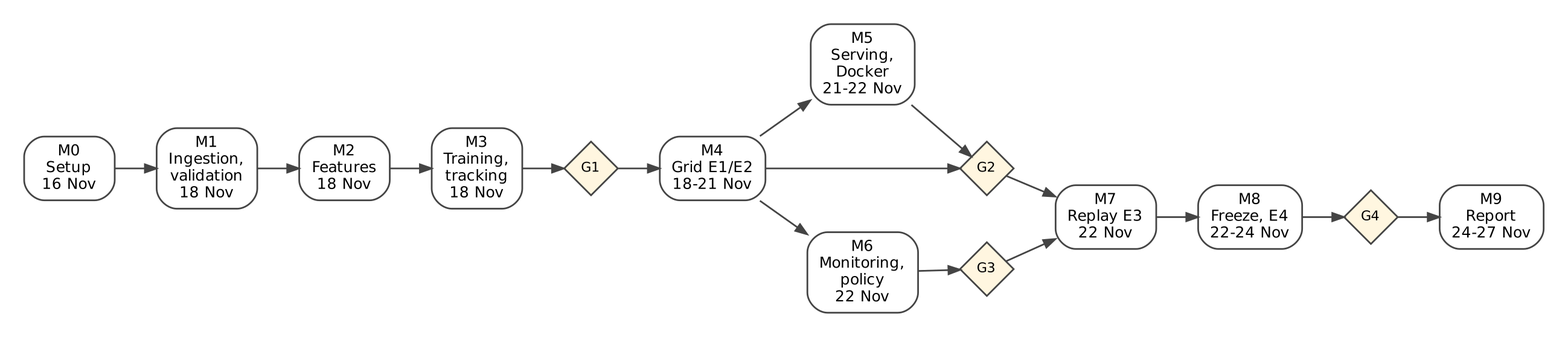
The Graphviz diagram report/figures/fig4_network.png in amircharvadari/flight-delay-mlops, before a commit. Its source is kept beside it as report/figures/fig4_network.dot. The source it was exported from:
```dot
digraph G {
  graph [rankdir=LR, fontname="DejaVu Sans", nodesep=0.35, ranksep=0.35, pad=0.2];
  node  [shape=box, style="rounded,filled", fillcolor="#FFFFFF", color="#444444", fontname="DejaVu Sans", fontsize=9, margin="0.1,0.05"];
  edge  [color="#444444", arrowsize=0.7, fontname="DejaVu Sans", fontsize=8];
  M0 [label="M0\nSetup\n16 Nov"]; M1 [label="M1\nIngestion,\nvalidation\n18 Nov"]; M2 [label="M2\nFeatures\n18 Nov"];
  M3 [label="M3\nTraining,\ntracking\n18 Nov"]; M4 [label="M4\nGrid E1/E2\n18-21 Nov"];
  M5 [label="M5\nServing,\nDocker\n21-22 Nov"]; M6 [label="M6\nMonitoring,\npolicy\n22 Nov"];
  M7 [label="M7\nReplay E3\n22 Nov"]; M8 [label="M8\nFreeze, E4\n22-24 Nov"]; M9 [label="M9\nReport\n24-27 Nov"];
  node [shape=diamond, style=filled, fillcolor="#FFF6E0", fontsize=8, width=0.45, height=0.45, margin=0];
  G1; G2; G3; G4;
  M0 -> M1 -> M2 -> M3 -> G1 -> M4;
  M4 -> M5; M4 -> M6;
  M4 -> G2; M5 -> G2;
  M6 -> G3;
  G2 -> M7; G3 -> M7;
  M7 -> M8 -> G4 -> M9;
}
```
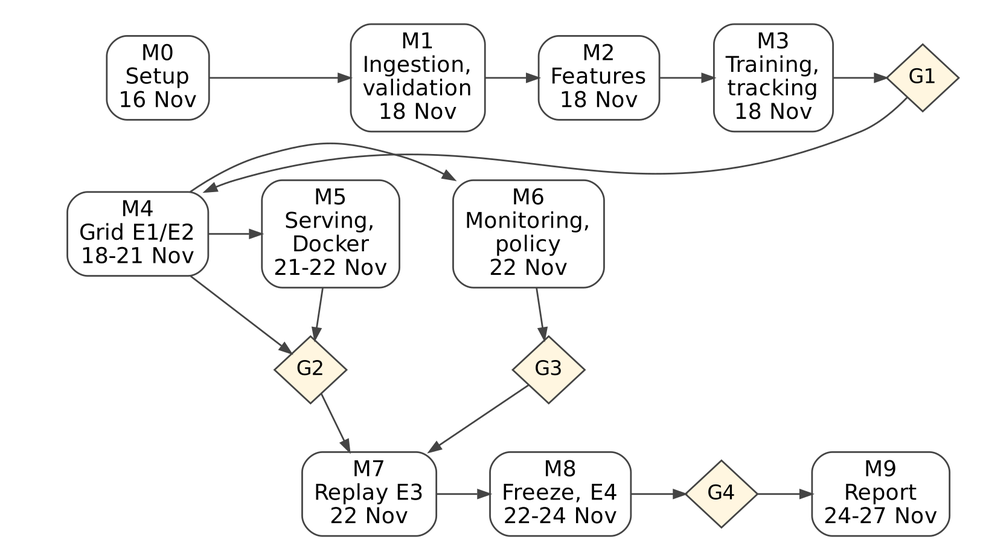
After the commit.

Diff of the diagram source:
```diff
@@ -1,12 +1,12 @@
 digraph G {
-  graph [rankdir=LR, fontname="DejaVu Sans", nodesep=0.35, ranksep=0.35, pad=0.2];
-  node  [shape=box, style="rounded,filled", fillcolor="#FFFFFF", color="#444444", fontname="DejaVu Sans", fontsize=9, margin="0.1,0.05"];
+  graph [rankdir=TB, fontname="DejaVu Sans", nodesep=0.45, ranksep=0.4, pad=0.2];
+  node  [shape=box, style="rounded,filled", fillcolor="#FFFFFF", color="#444444", fontname="DejaVu Sans", fontsize=13, margin="0.1,0.05"];
   edge  [color="#444444", arrowsize=0.7, fontname="DejaVu Sans", fontsize=8];
   M0 [label="M0\nSetup\n16 Nov"]; M1 [label="M1\nIngestion,\nvalidation\n18 Nov"]; M2 [label="M2\nFeatures\n18 Nov"];
   M3 [label="M3\nTraining,\ntracking\n18 Nov"]; M4 [label="M4\nGrid E1/E2\n18-21 Nov"];
   M5 [label="M5\nServing,\nDocker\n21-22 Nov"]; M6 [label="M6\nMonitoring,\npolicy\n22 Nov"];
   M7 [label="M7\nReplay E3\n22 Nov"]; M8 [label="M8\nFreeze, E4\n22-24 Nov"]; M9 [label="M9\nReport\n24-27 Nov"];
-  node [shape=diamond, style=filled, fillcolor="#FFF6E0", fontsize=8, width=0.45, height=0.45, margin=0];
+  node [shape=diamond, style=filled, fillcolor="#FFF6E0", fontsize=12, width=0.6, height=0.55, margin=0];
   G1; G2; G3; G4;
   M0 -> M1 -> M2 -> M3 -> G1 -> M4;
   M4 -> M5; M4 -> M6;
@@ -14,4 +14,10 @@
   M6 -> G3;
   G2 -> M7; G3 -> M7;
   M7 -> M8 -> G4 -> M9;
+  {rank=same; M0; M1; M2; M3; G1;}
+  {rank=same; M6; M4; M5;}
+  {rank=same; G3; G2;}
+  {rank=same; M7; M8; G4; M9;}
+  edge [style=invis];
+  M1 -> M6; M2 -> G3; M0 -> M7; M6 -> M7;
 }
```
